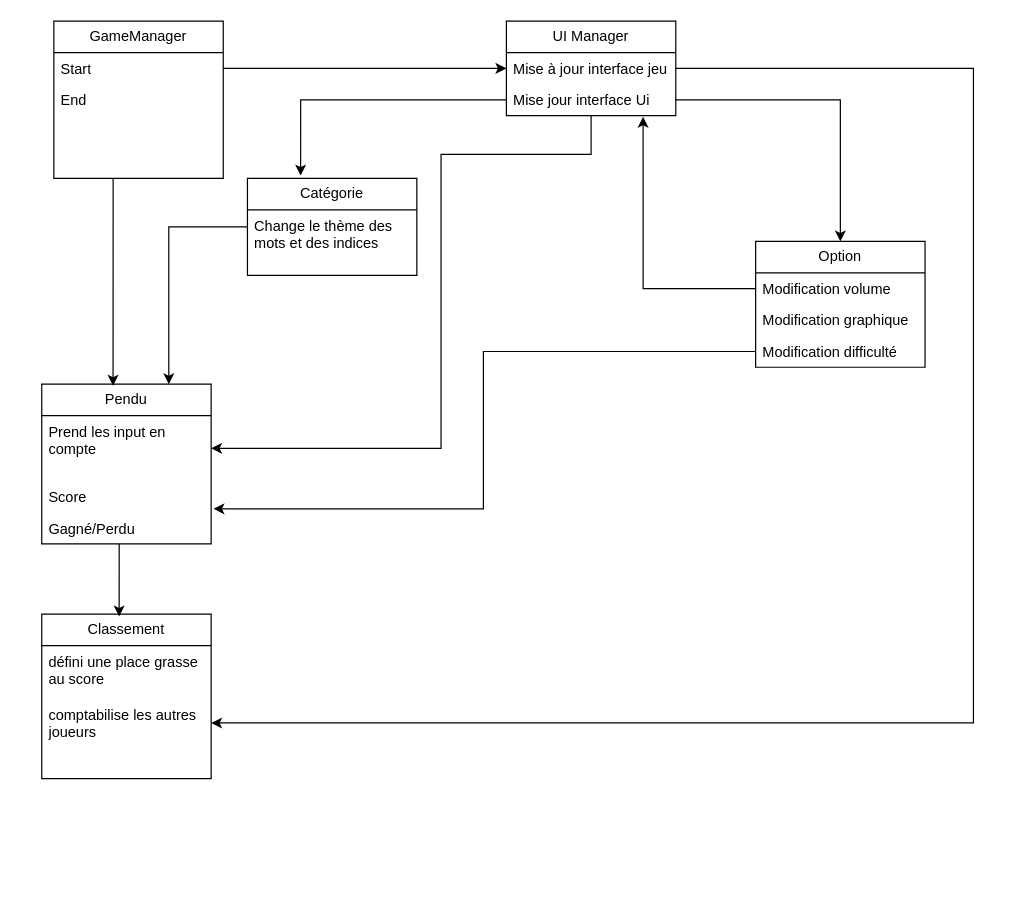
This is Projet3.drawio from Ashura100/Projet3, a draw.io file, before an edit. Source tidied: cells renumbered, new cells numbered last; positions are measured from the earlier drawing's top-left corner, leaving out a move shared by most shapes. Both pictures are drawn from the tidied source at 121%, with x=0, y=0 at pixel (41, 21).
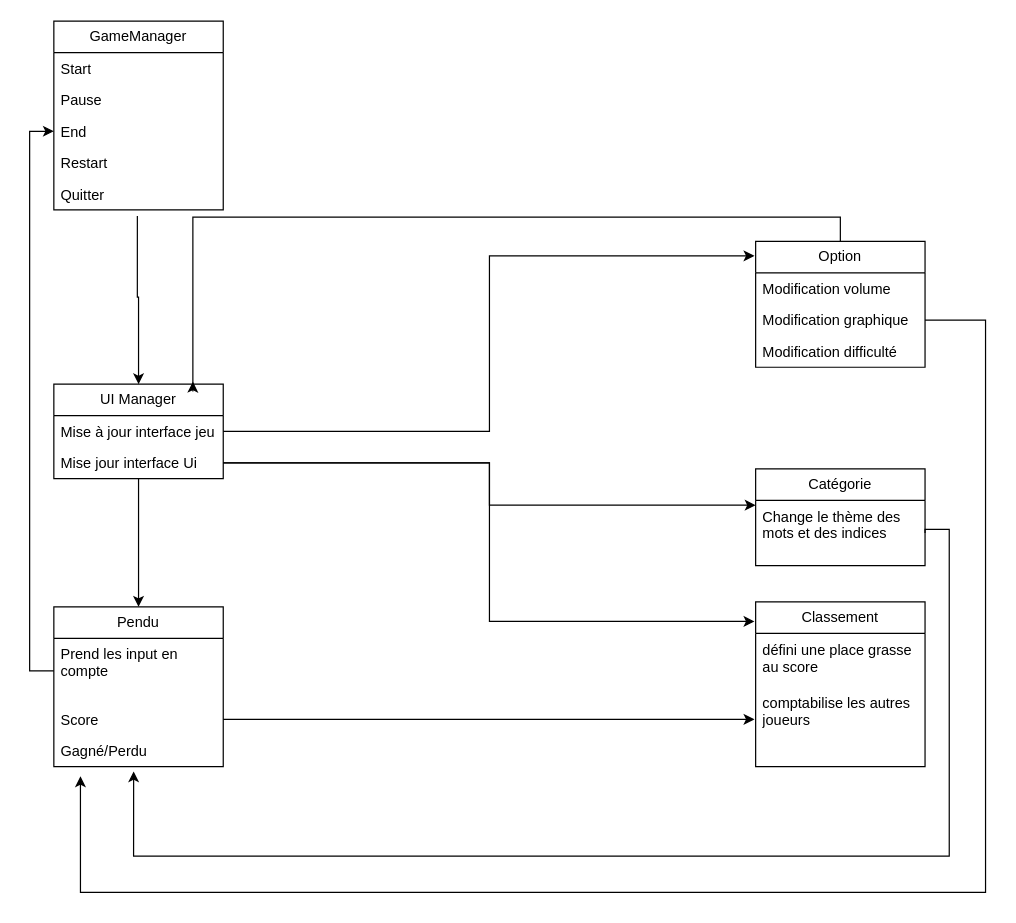
Above is the later version.

Commit message (it also covers changes not shown here):
Mettre à jour Projet3.drawio

Unchanged cells that the change refers to:
```xml
<mxCell id="3" value="Start" style="text;strokeColor=none;fillColor=none;align=left;verticalAlign=top;spacingLeft=4;spacingRight=4;overflow=hidden;points=[[0,0.5],[1,0.5]];portConstraint=eastwest;whiteSpace=wrap;html=1;" parent="2" vertex="1">
  <mxGeometry y="26" width="140" height="26" as="geometry" />
</mxCell>
<mxCell id="8" value="Mise à jour interface jeu" style="text;strokeColor=none;fillColor=none;align=left;verticalAlign=top;spacingLeft=4;spacingRight=4;overflow=hidden;points=[[0,0.5],[1,0.5]];portConstraint=eastwest;whiteSpace=wrap;html=1;" parent="7" vertex="1">
  <mxGeometry y="26" width="140" height="26" as="geometry" />
</mxCell>
<mxCell id="9" value="Mise jour interface Ui" style="text;strokeColor=none;fillColor=none;align=left;verticalAlign=top;spacingLeft=4;spacingRight=4;overflow=hidden;points=[[0,0.5],[1,0.5]];portConstraint=eastwest;whiteSpace=wrap;html=1;" parent="7" vertex="1">
  <mxGeometry y="52" width="140" height="26" as="geometry" />
</mxCell>
<mxCell id="11" value="Prend les input en compte" style="text;strokeColor=none;fillColor=none;align=left;verticalAlign=top;spacingLeft=4;spacingRight=4;overflow=hidden;points=[[0,0.5],[1,0.5]];portConstraint=eastwest;whiteSpace=wrap;html=1;" parent="10" vertex="1">
  <mxGeometry y="26" width="140" height="54" as="geometry" />
</mxCell>
<mxCell id="12" value="Score" style="text;strokeColor=none;fillColor=none;align=left;verticalAlign=top;spacingLeft=4;spacingRight=4;overflow=hidden;points=[[0,0.5],[1,0.5]];portConstraint=eastwest;whiteSpace=wrap;html=1;" parent="10" vertex="1">
  <mxGeometry y="80" width="140" height="26" as="geometry" />
</mxCell>
<mxCell id="13" value="Gagné/Perdu" style="text;strokeColor=none;fillColor=none;align=left;verticalAlign=top;spacingLeft=4;spacingRight=4;overflow=hidden;points=[[0,0.5],[1,0.5]];portConstraint=eastwest;whiteSpace=wrap;html=1;" parent="10" vertex="1">
  <mxGeometry y="106" width="140" height="26" as="geometry" />
</mxCell>
<mxCell id="15" value="Option" style="swimlane;fontStyle=0;horizontal=1;startSize=26;fillColor=none;whiteSpace=wrap;html=1;" parent="1" vertex="1">
  <mxGeometry x="590" y="182" width="140" height="104" as="geometry" />
</mxCell>
<mxCell id="16" value="Modification volume" style="text;strokeColor=none;fillColor=none;align=left;verticalAlign=top;spacingLeft=4;spacingRight=4;overflow=hidden;points=[[0,0.5],[1,0.5]];portConstraint=eastwest;whiteSpace=wrap;html=1;" parent="15" vertex="1">
  <mxGeometry y="26" width="140" height="26" as="geometry" />
</mxCell>
<mxCell id="17" value="Modification graphique" style="text;strokeColor=none;fillColor=none;align=left;verticalAlign=top;spacingLeft=4;spacingRight=4;overflow=hidden;points=[[0,0.5],[1,0.5]];portConstraint=eastwest;whiteSpace=wrap;html=1;" parent="15" vertex="1">
  <mxGeometry y="52" width="140" height="26" as="geometry" />
</mxCell>
<mxCell id="18" value="Modification difficulté" style="text;strokeColor=none;fillColor=none;align=left;verticalAlign=top;spacingLeft=4;spacingRight=4;overflow=hidden;points=[[0,0.5],[1,0.5]];portConstraint=eastwest;whiteSpace=wrap;html=1;" parent="15" vertex="1">
  <mxGeometry y="78" width="140" height="26" as="geometry" />
</mxCell>
<mxCell id="23" value="comptabilise les autres joueurs" style="text;strokeColor=none;fillColor=none;align=left;verticalAlign=top;spacingLeft=4;spacingRight=4;overflow=hidden;points=[[0,0.5],[1,0.5]];portConstraint=eastwest;whiteSpace=wrap;html=1;" parent="21" vertex="1">
  <mxGeometry y="70" width="140" height="40" as="geometry" />
</mxCell>
<mxCell id="27" value="Change le thème des mots et des indices" style="text;strokeColor=none;fillColor=none;align=left;verticalAlign=top;spacingLeft=4;spacingRight=4;overflow=hidden;points=[[0,0.5],[1,0.5]];portConstraint=eastwest;whiteSpace=wrap;html=1;" parent="26" vertex="1">
  <mxGeometry y="26" width="140" height="54" as="geometry" />
</mxCell>
```

What changed in the source:
```diff
@@
     <mxCell id="2" value="GameManager" style="swimlane;fontStyle=0;horizontal=1;startSize=26;fillColor=none;whiteSpace=wrap;html=1;" parent="1" vertex="1">
-      <mxGeometry x="10" width="140" height="130" as="geometry" />
+      <mxGeometry x="10" width="140" height="156" as="geometry" />
     </mxCell>
@@
+    <mxCell id="5" value="&lt;div&gt;Pause&lt;/div&gt;" style="text;strokeColor=none;fillColor=none;align=left;verticalAlign=top;spacingLeft=4;spacingRight=4;overflow=hidden;whiteSpace=wrap;html=1;" parent="2" vertex="1">
+      <mxGeometry y="52" width="140" height="26" as="geometry" />
+    </mxCell>
     <mxCell id="4" value="End" style="text;strokeColor=none;fillColor=none;align=left;verticalAlign=top;spacingLeft=4;spacingRight=4;overflow=hidden;points=[[0,0.5],[1,0.5]];portConstraint=eastwest;whiteSpace=wrap;html=1;" parent="2" vertex="1">
-      <mxGeometry y="52" width="140" height="26" as="geometry" />
+      <mxGeometry y="78" width="140" height="26" as="geometry" />
     </mxCell>
-    <mxCell id="5" value="&lt;div&gt;&lt;br&gt;&lt;/div&gt;" style="text;strokeColor=none;fillColor=none;align=left;verticalAlign=top;spacingLeft=4;spacingRight=4;overflow=hidden;whiteSpace=wrap;html=1;" parent="2" vertex="1">
-      <mxGeometry y="78" width="140" height="26" as="geometry" />
-    </mxCell>
+    <mxCell id="34" value="Restart" style="text;strokeColor=none;fillColor=none;align=left;verticalAlign=top;spacingLeft=4;spacingRight=4;overflow=hidden;whiteSpace=wrap;html=1;" parent="2" vertex="1">
+      <mxGeometry y="104" width="140" height="26" as="geometry" />
+    </mxCell>
-    <mxCell id="6" value="&lt;div&gt;&lt;br&gt;&lt;/div&gt;" style="text;strokeColor=none;fillColor=none;align=left;verticalAlign=top;spacingLeft=4;spacingRight=4;overflow=hidden;points=[[0,0.5],[1,0.5]];portConstraint=eastwest;whiteSpace=wrap;html=1;" parent="2" vertex="1">
-      <mxGeometry y="104" width="140" height="26" as="geometry" />
+    <mxCell id="6" value="Quitter" style="text;strokeColor=none;fillColor=none;align=left;verticalAlign=top;spacingLeft=4;spacingRight=4;overflow=hidden;points=[[0,0.5],[1,0.5]];portConstraint=eastwest;whiteSpace=wrap;html=1;" parent="2" vertex="1">
+      <mxGeometry y="130" width="140" height="26" as="geometry" />
     </mxCell>
+    <mxCell id="35" style="edgeStyle=orthogonalEdgeStyle;rounded=0;jettySize=auto;html=1;entryX=0.5;entryY=0;entryDx=0;entryDy=0;" parent="1" edge="1" source="7" target="10">
+      <mxGeometry relative="1" as="geometry" />
+    </mxCell>
     <mxCell id="7" value="UI Manager" style="swimlane;fontStyle=0;horizontal=1;startSize=26;fillColor=none;whiteSpace=wrap;html=1;" parent="1" vertex="1">
-      <mxGeometry x="384" width="140" height="78" as="geometry" />
+      <mxGeometry x="10" y="300" width="140" height="78" as="geometry" />
     </mxCell>
@@
     <mxCell id="10" value="Pendu" style="swimlane;fontStyle=0;horizontal=1;startSize=26;fillColor=none;whiteSpace=wrap;html=1;" parent="1" vertex="1">
-      <mxGeometry y="300" width="140" height="132" as="geometry" />
+      <mxGeometry x="10" y="484" width="140" height="132" as="geometry" />
     </mxCell>
@@
-    <mxCell id="14" style="edgeStyle=orthogonalEdgeStyle;rounded=0;jettySize=auto;html=1;entryX=0.421;entryY=0.01;entryDx=0;entryDy=0;entryPerimeter=0;" parent="1" edge="1" target="10">
-      <mxGeometry relative="1" as="geometry">
-        <mxPoint x="59" y="130" as="sourcePoint" />
-        <Array as="points">
-          <mxPoint x="59" y="150" />
-          <mxPoint x="59" y="150" />
-        </Array>
-      </mxGeometry>
-    </mxCell>
@@
-    <mxCell id="19" style="edgeStyle=orthogonalEdgeStyle;rounded=0;jettySize=auto;html=1;entryX=0.5;entryY=0;entryDx=0;entryDy=0;" parent="1" edge="1" source="9" target="15">
-      <mxGeometry relative="1" as="geometry" />
-    </mxCell>
-    <mxCell id="20" style="edgeStyle=orthogonalEdgeStyle;rounded=0;jettySize=auto;html=1;exitX=1;exitY=0.5;exitDx=0;exitDy=0;entryX=0;entryY=0.5;entryDx=0;entryDy=0;" parent="1" edge="1" source="3" target="8">
-      <mxGeometry relative="1" as="geometry" />
-    </mxCell>
     <mxCell id="21" value="Classement" style="swimlane;fontStyle=0;horizontal=1;startSize=26;fillColor=none;whiteSpace=wrap;html=1;" parent="1" vertex="1">
-      <mxGeometry y="490" width="140" height="136" as="geometry" />
+      <mxGeometry x="590" y="480" width="140" height="136" as="geometry" />
     </mxCell>
@@
-    <mxCell id="25" style="edgeStyle=orthogonalEdgeStyle;rounded=0;jettySize=auto;html=1;entryX=0.75;entryY=0;entryDx=0;entryDy=0;" parent="1" edge="1" source="26" target="10">
-      <mxGeometry relative="1" as="geometry" />
-    </mxCell>
     <mxCell id="26" value="Catégorie" style="swimlane;fontStyle=0;horizontal=1;startSize=26;fillColor=none;whiteSpace=wrap;html=1;" parent="1" vertex="1">
-      <mxGeometry x="170" y="130" width="140" height="80" as="geometry" />
+      <mxGeometry x="590" y="370" width="140" height="80" as="geometry" />
     </mxCell>
@@
-    <mxCell id="28" style="edgeStyle=orthogonalEdgeStyle;rounded=0;jettySize=auto;html=1;exitX=0;exitY=0.5;exitDx=0;exitDy=0;entryX=0.314;entryY=-0.03;entryDx=0;entryDy=0;entryPerimeter=0;" parent="1" edge="1" source="9" target="26">
-      <mxGeometry relative="1" as="geometry" />
-    </mxCell>
-    <mxCell id="29" style="edgeStyle=orthogonalEdgeStyle;rounded=0;jettySize=auto;html=1;entryX=1.014;entryY=0.885;entryDx=0;entryDy=0;entryPerimeter=0;" parent="1" edge="1" source="18" target="12">
-      <mxGeometry relative="1" as="geometry" />
-    </mxCell>
-    <mxCell id="30" style="edgeStyle=orthogonalEdgeStyle;rounded=0;jettySize=auto;html=1;entryX=0.457;entryY=0.015;entryDx=0;entryDy=0;entryPerimeter=0;" parent="1" edge="1" source="13" target="21">
-      <mxGeometry relative="1" as="geometry">
-        <Array as="points">
-          <mxPoint x="64" y="450" />
-          <mxPoint x="64" y="450" />
-        </Array>
-      </mxGeometry>
-    </mxCell>
-    <mxCell id="31" style="edgeStyle=orthogonalEdgeStyle;rounded=0;jettySize=auto;html=1;exitX=0;exitY=0.5;exitDx=0;exitDy=0;entryX=0.807;entryY=1.038;entryDx=0;entryDy=0;entryPerimeter=0;" parent="1" edge="1" source="16" target="9">
-      <mxGeometry relative="1" as="geometry" />
-    </mxCell>
-    <mxCell id="32" style="edgeStyle=orthogonalEdgeStyle;rounded=0;jettySize=auto;html=1;entryX=1;entryY=0.5;entryDx=0;entryDy=0;" parent="1" edge="1" source="9" target="11">
-      <mxGeometry relative="1" as="geometry">
-        <Array as="points">
-          <mxPoint x="454" y="110" />
-          <mxPoint x="330" y="110" />
-          <mxPoint x="330" y="353" />
-        </Array>
-      </mxGeometry>
-    </mxCell>
-    <mxCell id="33" style="edgeStyle=orthogonalEdgeStyle;rounded=0;jettySize=auto;html=1;entryX=1;entryY=0.5;entryDx=0;entryDy=0;" parent="1" edge="1" source="8" target="23">
-      <mxGeometry relative="1" as="geometry">
-        <Array as="points">
-          <mxPoint x="770" y="39" />
-          <mxPoint x="770" y="580" />
-        </Array>
-      </mxGeometry>
-    </mxCell>
+    <mxCell id="36" style="edgeStyle=orthogonalEdgeStyle;rounded=0;jettySize=auto;html=1;entryX=0.5;entryY=0;entryDx=0;entryDy=0;exitX=0.493;exitY=1.192;exitDx=0;exitDy=0;exitPerimeter=0;" parent="1" edge="1" source="6" target="7">
+      <mxGeometry relative="1" as="geometry">
+        <Array as="points">
+          <mxPoint x="80" y="228" />
+        </Array>
+      </mxGeometry>
+    </mxCell>
+    <mxCell id="37" style="edgeStyle=orthogonalEdgeStyle;rounded=0;jettySize=auto;html=1;entryX=0;entryY=0.5;entryDx=0;entryDy=0;" parent="1" edge="1" source="11" target="4">
+      <mxGeometry relative="1" as="geometry" />
+    </mxCell>
+    <mxCell id="38" style="edgeStyle=orthogonalEdgeStyle;rounded=0;jettySize=auto;html=1;exitX=1;exitY=0.5;exitDx=0;exitDy=0;entryX=-0.007;entryY=0.115;entryDx=0;entryDy=0;entryPerimeter=0;" parent="1" edge="1" source="8" target="15">
+      <mxGeometry relative="1" as="geometry" />
+    </mxCell>
+    <mxCell id="39" style="edgeStyle=orthogonalEdgeStyle;rounded=0;jettySize=auto;html=1;entryX=0;entryY=0.074;entryDx=0;entryDy=0;entryPerimeter=0;" parent="1" edge="1" source="9" target="27">
+      <mxGeometry relative="1" as="geometry" />
+    </mxCell>
+    <mxCell id="40" style="edgeStyle=orthogonalEdgeStyle;rounded=0;jettySize=auto;html=1;entryX=-0.007;entryY=0.118;entryDx=0;entryDy=0;entryPerimeter=0;" parent="1" edge="1" source="9" target="21">
+      <mxGeometry relative="1" as="geometry" />
+    </mxCell>
+    <mxCell id="41" style="edgeStyle=orthogonalEdgeStyle;rounded=0;jettySize=auto;html=1;entryX=-0.007;entryY=0.675;entryDx=0;entryDy=0;entryPerimeter=0;" parent="1" edge="1" source="12" target="23">
+      <mxGeometry relative="1" as="geometry" />
+    </mxCell>
+    <mxCell id="42" style="edgeStyle=orthogonalEdgeStyle;rounded=0;jettySize=auto;html=1;entryX=0.471;entryY=1.154;entryDx=0;entryDy=0;entryPerimeter=0;exitX=1;exitY=0.5;exitDx=0;exitDy=0;" parent="1" edge="1" source="27" target="13">
+      <mxGeometry relative="1" as="geometry">
+        <Array as="points">
+          <mxPoint x="730" y="420" />
+          <mxPoint x="750" y="420" />
+          <mxPoint x="750" y="690" />
+          <mxPoint x="76" y="690" />
+        </Array>
+      </mxGeometry>
+    </mxCell>
+    <mxCell id="43" style="edgeStyle=orthogonalEdgeStyle;rounded=0;jettySize=auto;html=1;entryX=0.157;entryY=1.308;entryDx=0;entryDy=0;entryPerimeter=0;exitX=1;exitY=0.5;exitDx=0;exitDy=0;" parent="1" edge="1" source="17" target="13">
+      <mxGeometry relative="1" as="geometry">
+        <Array as="points">
+          <mxPoint x="780" y="247" />
+          <mxPoint x="780" y="720" />
+          <mxPoint x="32" y="720" />
+        </Array>
+      </mxGeometry>
+    </mxCell>
+    <mxCell id="44" style="edgeStyle=orthogonalEdgeStyle;rounded=0;jettySize=auto;html=1;exitX=0.5;exitY=0;exitDx=0;exitDy=0;entryX=0.821;entryY=-0.026;entryDx=0;entryDy=0;entryPerimeter=0;" parent="1" edge="1" source="15" target="7">
+      <mxGeometry relative="1" as="geometry" />
+    </mxCell>
```
